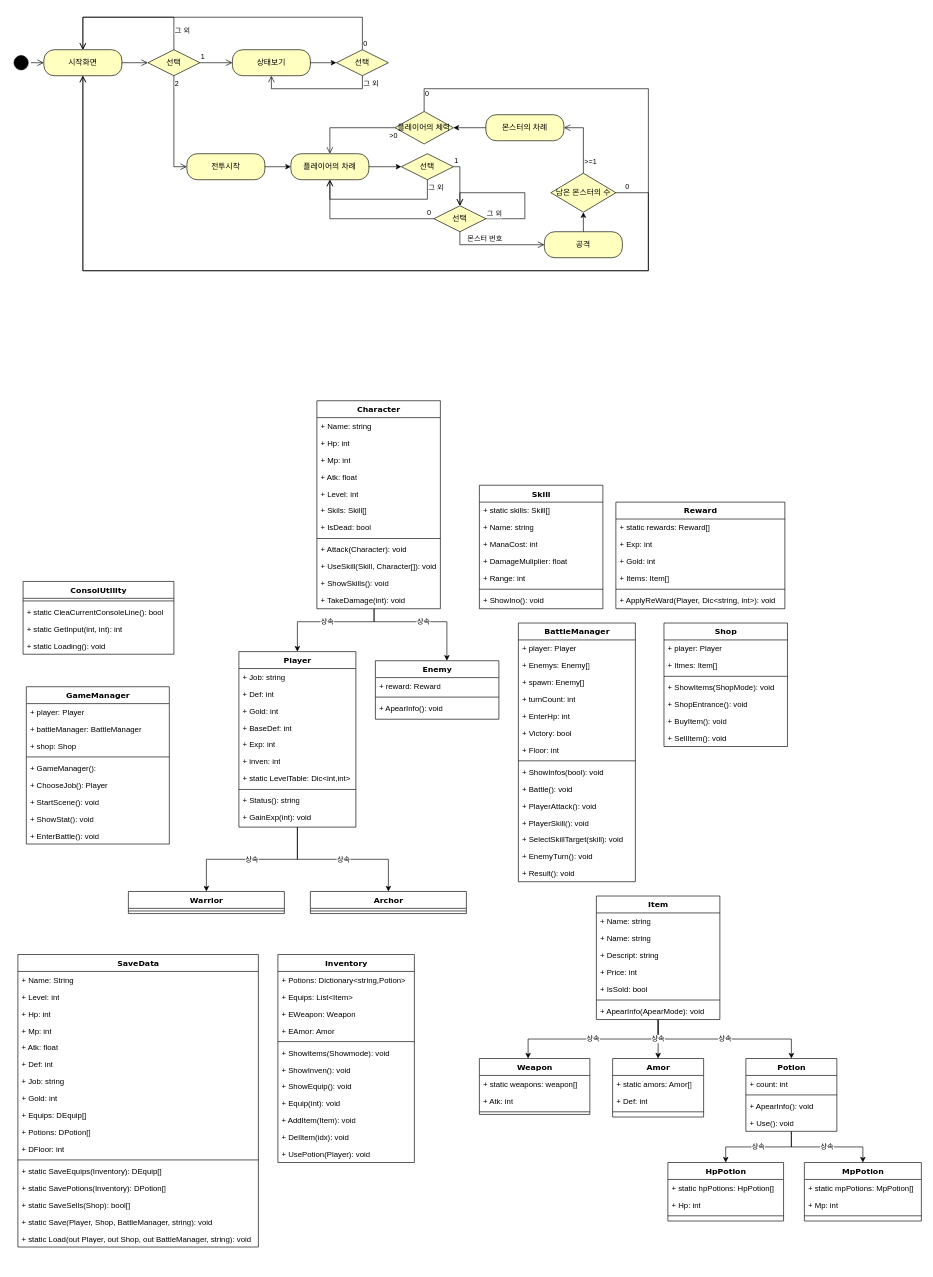
This is Class.drawio from Kim-giseok/TxtRPG2, a draw.io file, before an edit. Source tidied: cells renumbered, new cells numbered last; positions are measured from the earlier drawing's top-left corner, leaving out a move shared by most shapes. Both pictures are drawn from the tidied source at 65%, with x=0, y=0 at pixel (11, 17).
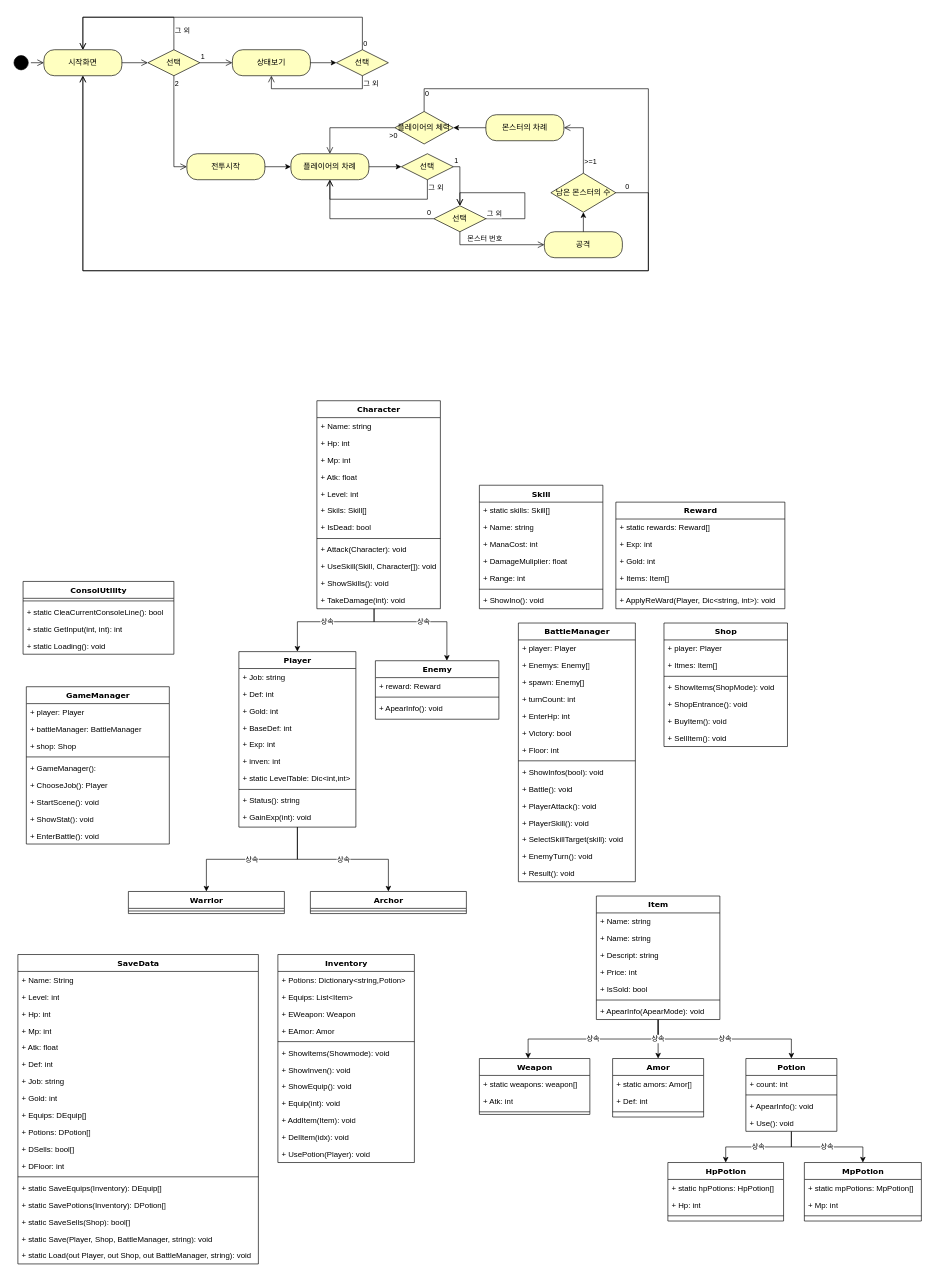
Above is the later version.

Diff of the diagram source:
```diff
@@
     <mxCell id="166" value="SaveData" style="swimlane;html=1;fontStyle=1;align=center;verticalAlign=top;horizontal=1;startSize=26;swimlaneFillColor=#ffffff;rounded=0;shadow=0;comic=0;labelBackgroundColor=none;strokeWidth=1;fillColor=none;fontFamily=Verdana;fontSize=12;" parent="1" vertex="1">
-      <mxGeometry x="10" y="1442" width="370" height="450" as="geometry" />
+      <mxGeometry x="10" y="1442" width="370" height="476" as="geometry" />
     </mxCell>
@@
+    <mxCell id="191" value="+ DSells: bool[]" style="text;html=1;strokeColor=none;fillColor=none;align=left;verticalAlign=top;spacingLeft=4;spacingRight=4;whiteSpace=wrap;overflow=hidden;" parent="166" vertex="1">
+      <mxGeometry y="286" width="370" height="26" as="geometry" />
+    </mxCell>
     <mxCell id="177" value="+ DFloor: int" style="text;html=1;strokeColor=none;fillColor=none;align=left;verticalAlign=top;spacingLeft=4;spacingRight=4;whiteSpace=wrap;overflow=hidden;" parent="166" vertex="1">
-      <mxGeometry y="286" width="370" height="26" as="geometry" />
+      <mxGeometry y="312" width="370" height="26" as="geometry" />
     </mxCell>
     <mxCell id="178" style="line;html=1;strokeWidth=1;fillColor=none;align=left;verticalAlign=middle;spacingTop=-1;spacingLeft=3;spacingRight=3;labelPosition=right;" parent="166" vertex="1">
-      <mxGeometry y="312" width="370" height="8" as="geometry" />
+      <mxGeometry y="338" width="370" height="8" as="geometry" />
     </mxCell>
     <mxCell id="179" value="+ static SaveEquips(Inventory): DEquip[]" style="text;html=1;strokeColor=none;fillColor=none;align=left;verticalAlign=top;spacingLeft=4;spacingRight=4;whiteSpace=wrap;overflow=hidden;" parent="166" vertex="1">
-      <mxGeometry y="320" width="370" height="26" as="geometry" />
+      <mxGeometry y="346" width="370" height="26" as="geometry" />
     </mxCell>
     <mxCell id="180" value="+ static SavePotions(Inventory): DPotion[]" style="text;html=1;strokeColor=none;fillColor=none;align=left;verticalAlign=top;spacingLeft=4;spacingRight=4;whiteSpace=wrap;overflow=hidden;" parent="166" vertex="1">
-      <mxGeometry y="346" width="370" height="26" as="geometry" />
+      <mxGeometry y="372" width="370" height="26" as="geometry" />
     </mxCell>
     <mxCell id="181" value="+ static SaveSells(Shop): bool[]" style="text;html=1;strokeColor=none;fillColor=none;align=left;verticalAlign=top;spacingLeft=4;spacingRight=4;whiteSpace=wrap;overflow=hidden;" parent="166" vertex="1">
-      <mxGeometry y="372" width="370" height="26" as="geometry" />
+      <mxGeometry y="398" width="370" height="26" as="geometry" />
     </mxCell>
     <mxCell id="182" value="+ static Save(Player, Shop, BattleManager, string): void" style="text;html=1;strokeColor=none;fillColor=none;align=left;verticalAlign=top;spacingLeft=4;spacingRight=4;whiteSpace=wrap;overflow=hidden;" parent="166" vertex="1">
-      <mxGeometry y="398" width="370" height="26" as="geometry" />
+      <mxGeometry y="424" width="370" height="26" as="geometry" />
     </mxCell>
     <mxCell id="183" value="+ static Load(out Player, out Shop, out BattleManager, string): void" style="text;html=1;strokeColor=none;fillColor=none;align=left;verticalAlign=top;spacingLeft=4;spacingRight=4;whiteSpace=wrap;overflow=hidden;" parent="166" vertex="1">
-      <mxGeometry y="424" width="370" height="26" as="geometry" />
+      <mxGeometry y="450" width="370" height="26" as="geometry" />
     </mxCell>
```
